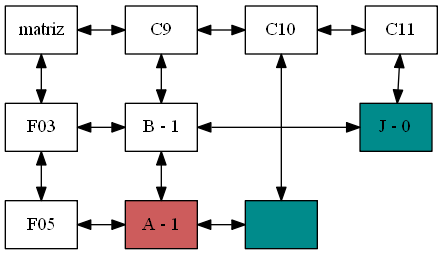
The Graphviz diagram Reportes/Matriz.png in hr9457/EDD_1S2020_PY1_201314296, before a commit. Its source is kept beside it as ArchivosDot/Matriz.dot.
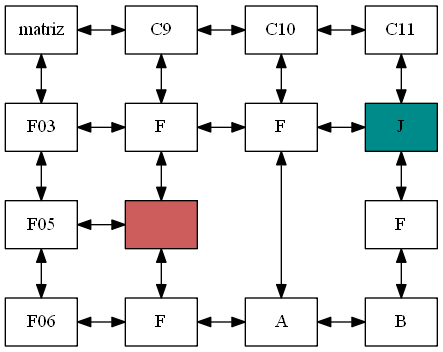
Later version of the same file.

Commit message:
metodo eliminar matriz a medias

Change to the diagram source:
```diff
@@ -11,20 +11,27 @@
 
 F03[group = columna];
 F05[group = columna];
-F03->F05[dir=both];
+F06[group = columna];
+F03->F05->F06[dir=both];
 matriz->F03[dir=both];
 
-F03->nodo93B->nodo113J[dir=both];
-{rank = same; F03;nodo93B;nodo113J;}
-F05->nodo95A->nodo1050[dir=both];
-{rank = same; F05;nodo95A;nodo1050;}
+F03->nodo93F->nodo103F->nodo113J[dir=both];
+{rank = same; F03;nodo93F;nodo103F;nodo113J;}
+F05->nodo950[dir=both];
+{rank = same; F05;nodo950;}
+F06->nodo96F->nodo106A->nodo116B[dir=both];
+{rank = same; F06;nodo96F;nodo106A;nodo116B;}
 
-nodo93B[group =0,label="B - 1"];
-nodo95A[group =0,label="A - 1",style=filled,fillcolor="Indianred"];
-C90->nodo93B->nodo95A[dir=both];
-nodo1050[group =1,label="",style=filled,fillcolor="cyan4"];
-C100->nodo1050[dir=both];
-nodo113J[group =2,label="J - 0",style=filled,fillcolor="cyan4"];
-C110->nodo113J[dir=both];
+nodo93F[group =0,label="F"];
+nodo950[group =0,label="",style=filled,fillcolor="Indianred"];
+nodo96F[group =0,label="F"];
+C90->nodo93F->nodo950->nodo96F[dir=both];
+nodo103F[group =1,label="F"];
+nodo106A[group =1,label="A"];
+C100->nodo103F->nodo106A[dir=both];
+nodo113J[group =2,label="J",style=filled,fillcolor="cyan4"];
+nodo115F[group =2,label="F"];
+nodo116B[group =2,label="B"];
+C110->nodo113J->nodo115F->nodo116B[dir=both];
 
 }
```
